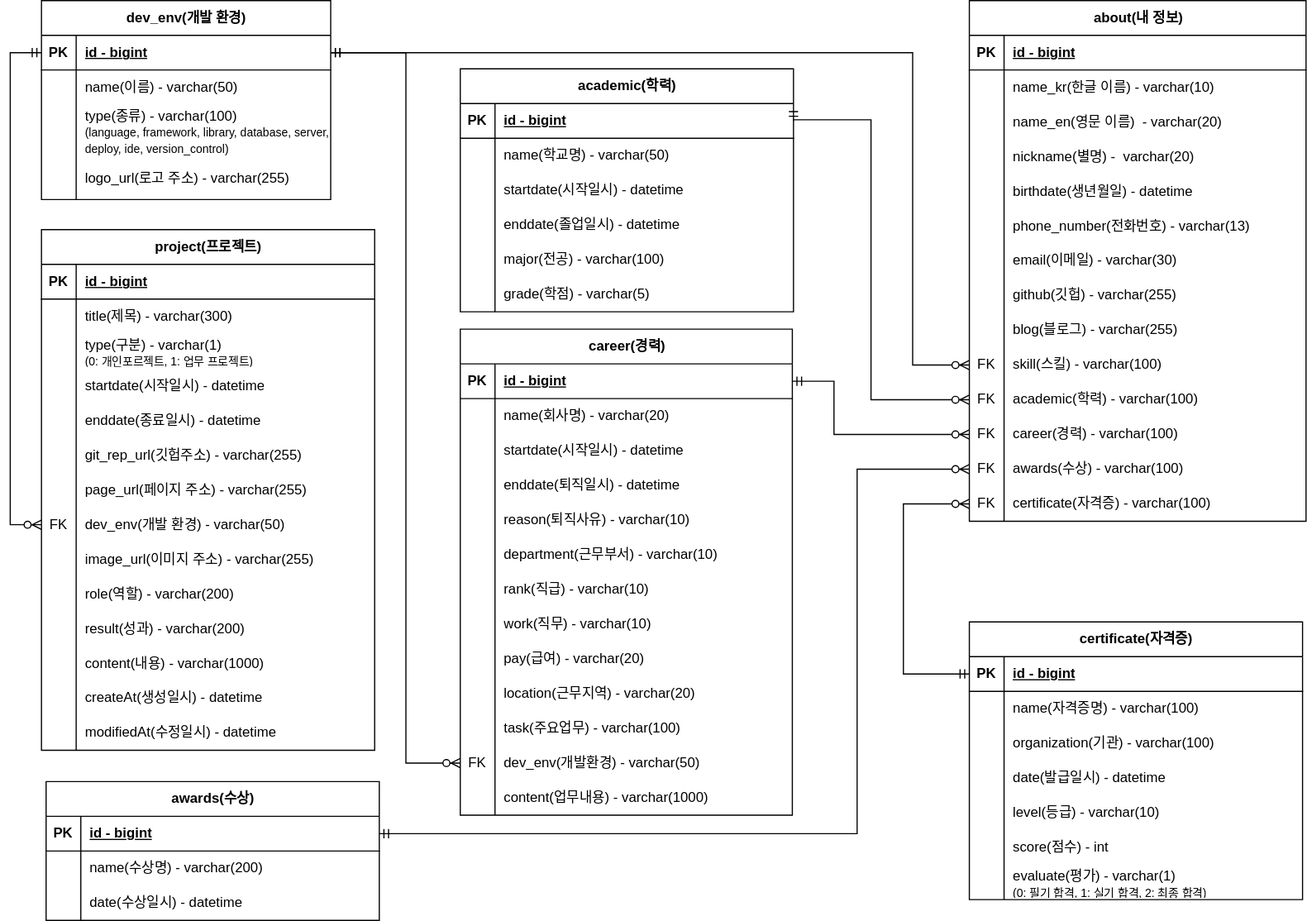
Above: document/project-portfolio-erd.svg in benedictJHGil/my-portfolio-app (draw.io), before the change. Source tidied: cells renumbered, new cells last; positions are measured from the earlier drawing's top-left corner, leaving out a move shared by most shapes.
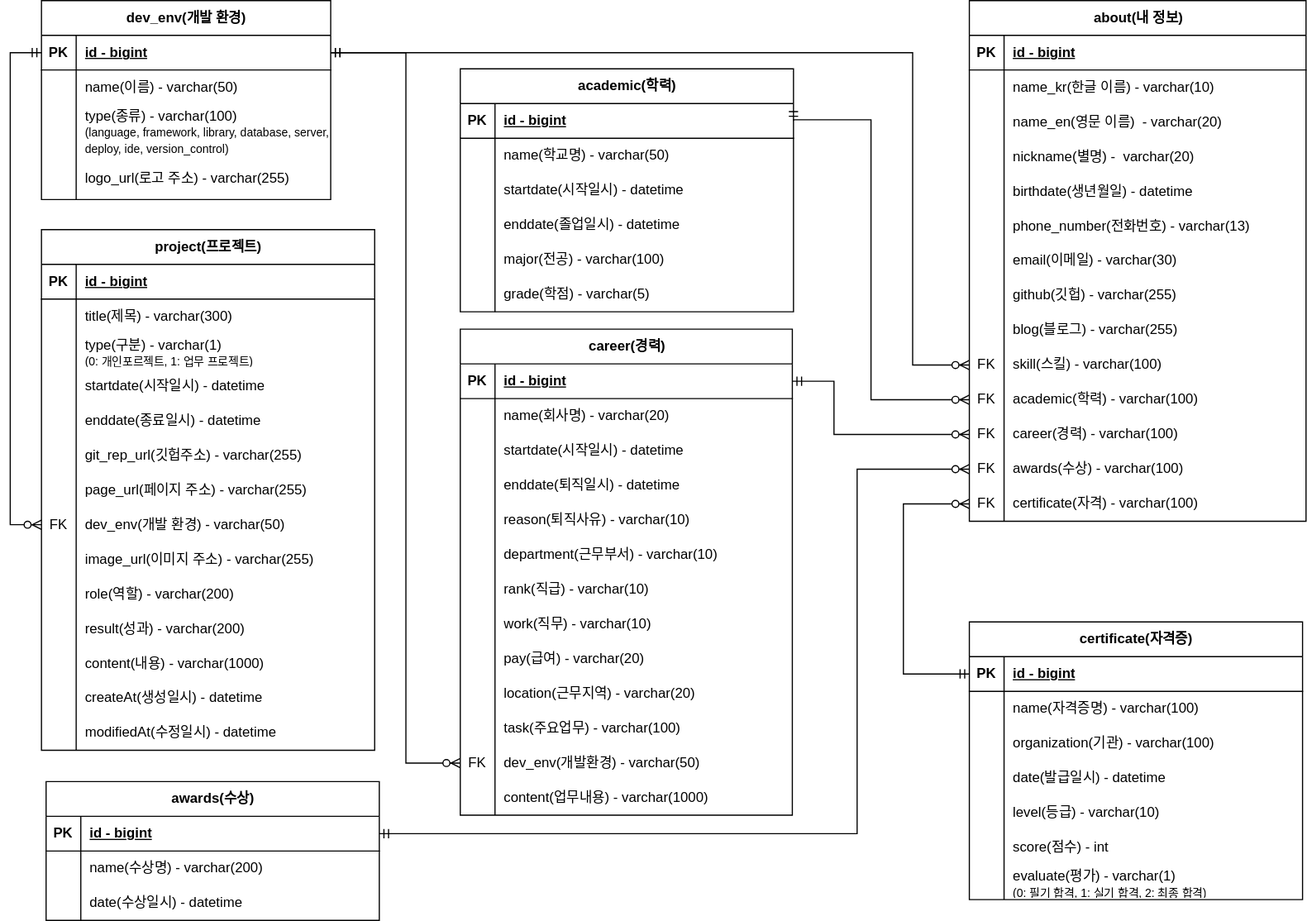
The same diagram one commit later.

Diff of the diagram source:
```diff
@@ -303,7 +303,7 @@
     <mxCell id="100" value="FK" style="shape=partialRectangle;fillColor=none;top=0;left=0;bottom=0;right=0;overflow=hidden;whiteSpace=wrap;html=1;" parent="99" vertex="1">
       <mxGeometry width="30" height="30" as="geometry" />
     </mxCell>
-    <mxCell id="101" value="certificate(자격증) - varchar(100)" style="shape=partialRectangle;fillColor=none;top=0;left=0;bottom=0;right=0;align=left;spacingLeft=6;overflow=hidden;whiteSpace=wrap;html=1;" parent="99" vertex="1">
+    <mxCell id="101" value="certificate(자격) - varchar(100)" style="shape=partialRectangle;fillColor=none;top=0;left=0;bottom=0;right=0;align=left;spacingLeft=6;overflow=hidden;whiteSpace=wrap;html=1;" parent="99" vertex="1">
       <mxGeometry x="30" width="261" height="30" as="geometry" />
     </mxCell>
     <mxCell id="102" style="edgeStyle=orthogonalEdgeStyle;fontSize=12;html=1;endArrow=ERzeroToMany;startArrow=ERmandOne;rounded=0;exitX=1;exitY=0.5;exitDx=0;exitDy=0;entryX=0;entryY=0.5;entryDx=0;entryDy=0;" parent="1" edge="1" source="46" target="87">
```
